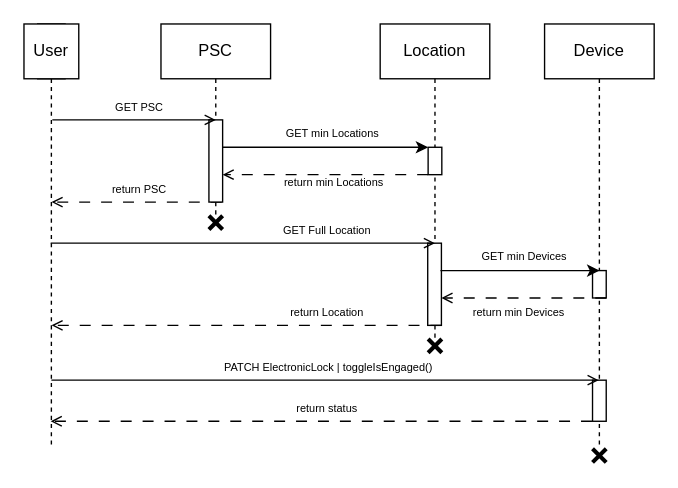
Above: sequence2.drawio in IsmailSalehCode/UML-course-work (draw.io), before the change. Source tidied: cells renumbered, new cells numbered last; positions are measured from the earlier drawing's top-left corner, leaving out a move shared by most shapes. Both pictures are drawn from the tidied source at 137%, with x=0, y=0 at pixel (23, 23).
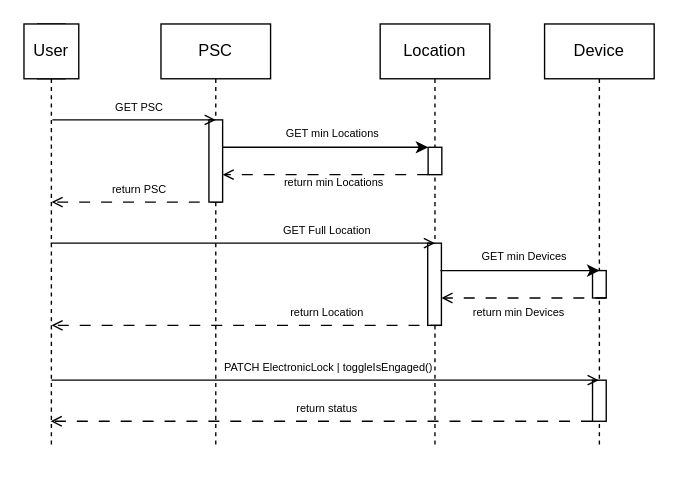
The same page after the edit.

Change to the diagram source:
```diff
@@
     <mxCell id="4" value="PSC" style="shape=umlLifeline;perimeter=lifelinePerimeter;whiteSpace=wrap;html=1;newEdgeStyle={&quot;edgeStyle&quot;:&quot;elbowEdgeStyle&quot;,&quot;elbow&quot;:&quot;vertical&quot;,&quot;curved&quot;:0,&quot;rounded&quot;:0};" parent="1" vertex="1">
-      <mxGeometry x="100" width="80" height="140" as="geometry" />
+      <mxGeometry x="100" width="80" height="310" as="geometry" />
     </mxCell>
@@
     <mxCell id="6" value="Location" style="shape=umlLifeline;perimeter=lifelinePerimeter;whiteSpace=wrap;html=1;newEdgeStyle={&quot;edgeStyle&quot;:&quot;elbowEdgeStyle&quot;,&quot;elbow&quot;:&quot;vertical&quot;,&quot;curved&quot;:0,&quot;rounded&quot;:0};" parent="1" vertex="1">
-      <mxGeometry x="260" width="80" height="230" as="geometry" />
+      <mxGeometry x="260" width="80" height="310" as="geometry" />
     </mxCell>
@@
-    <mxCell id="24" style="shape=umlDestroy;whiteSpace=wrap;html=1;strokeWidth=3;targetShapes=umlLifeline;" parent="1" vertex="1">
-      <mxGeometry x="135" y="140" width="10" height="10" as="geometry" />
-    </mxCell>
-    <mxCell id="25" style="shape=umlDestroy;whiteSpace=wrap;html=1;strokeWidth=3;targetShapes=umlLifeline;" parent="1" vertex="1">
-      <mxGeometry x="295" y="230" width="10" height="10" as="geometry" />
-    </mxCell>
-    <mxCell id="26" style="shape=umlDestroy;whiteSpace=wrap;html=1;strokeWidth=3;targetShapes=umlLifeline;" parent="1" vertex="1">
-      <mxGeometry x="415" y="310" width="10" height="10" as="geometry" />
-    </mxCell>
```
